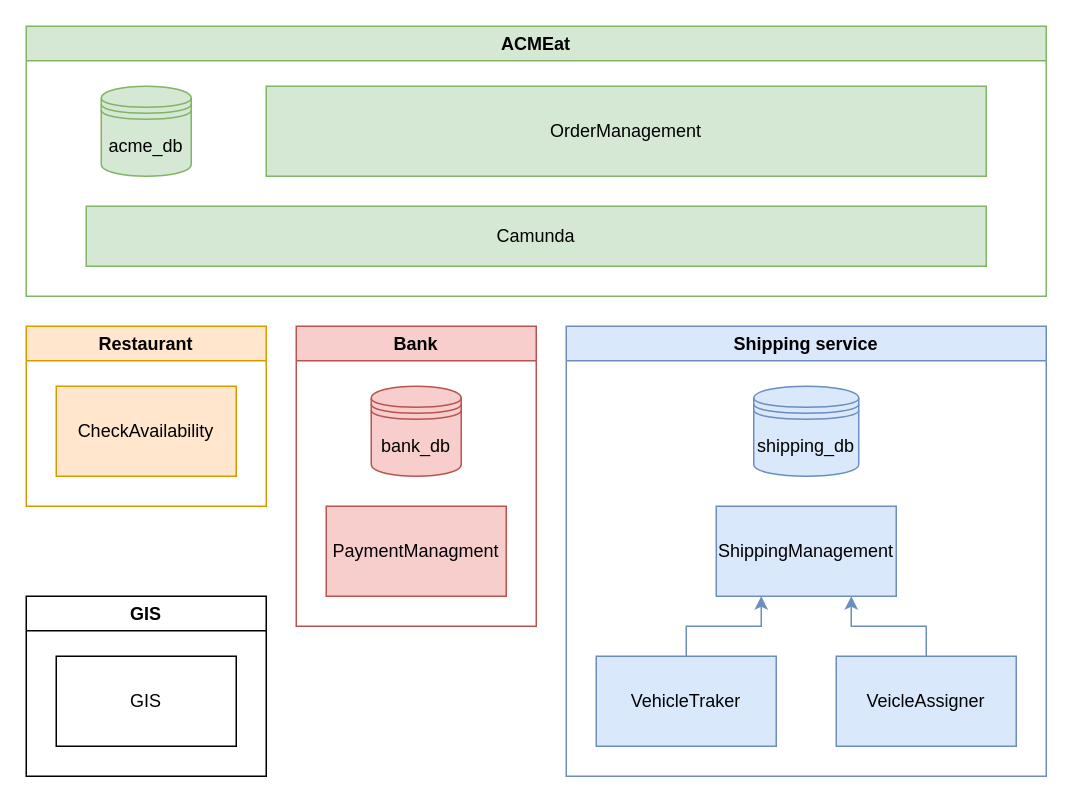
Earlier version of the draw.io diagram docs/acmeat-infrastructure.drawio (asm-project2425/ACMEat). Source tidied: cells renumbered, new cells numbered last; positions are measured from the earlier drawing's top-left corner, leaving out a move shared by most shapes. Both pictures are drawn from the tidied source at 150%, with x=0, y=0 at pixel (26, 26).
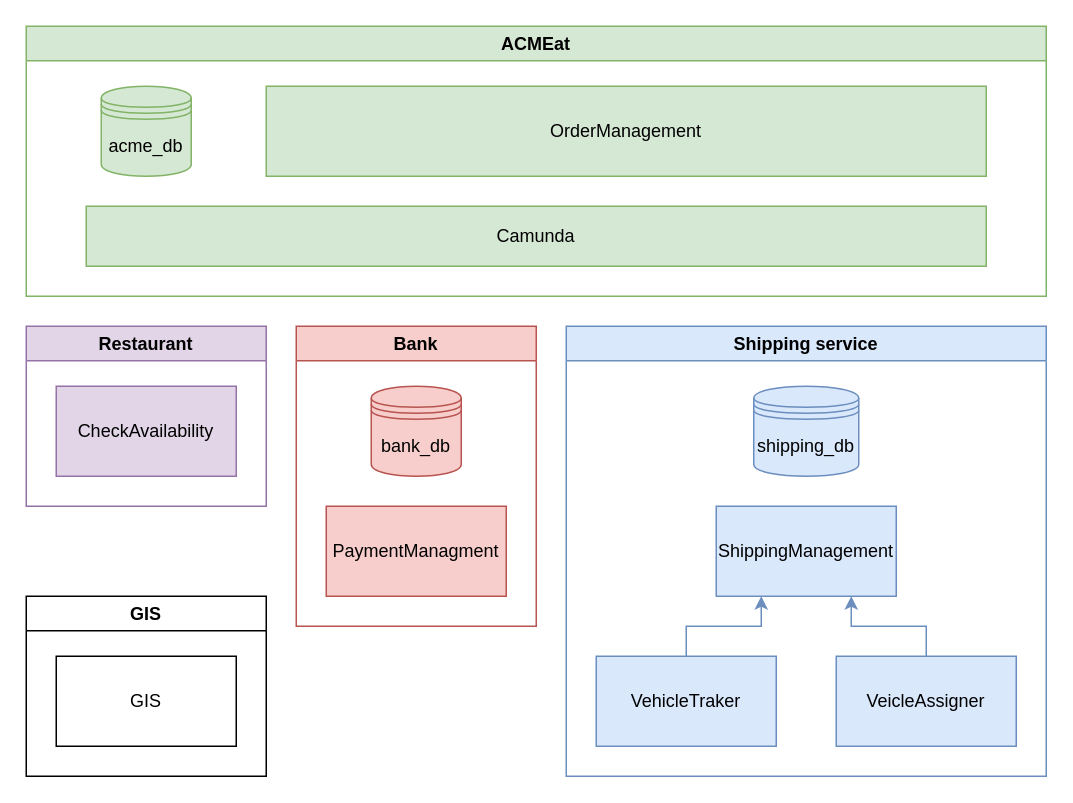
After the change.

Change to the diagram source:
```diff
@@
 <mxGraphModel>
   <root>
     <mxCell id="0" />
     <mxCell id="1" parent="0" />
     <mxCell id="2" value="ACMEat" style="swimlane;whiteSpace=wrap;html=1;fillColor=#d5e8d4;strokeColor=#82b366;" parent="1" vertex="1">
       <mxGeometry width="680" height="180" as="geometry" />
     </mxCell>
     <mxCell id="3" value="OrderManagement" style="rounded=0;whiteSpace=wrap;html=1;fillColor=#d5e8d4;strokeColor=#82b366;" parent="2" vertex="1">
       <mxGeometry x="160" y="40" width="480" height="60" as="geometry" />
     </mxCell>
     <mxCell id="4" value="acme_db" style="shape=datastore;whiteSpace=wrap;html=1;fillColor=#d5e8d4;strokeColor=#82b366;" parent="2" vertex="1">
       <mxGeometry x="50" y="40" width="60" height="60" as="geometry" />
     </mxCell>
     <mxCell id="5" value="Camunda" style="rounded=0;whiteSpace=wrap;html=1;fillColor=#d5e8d4;strokeColor=#82b366;" parent="2" vertex="1">
       <mxGeometry x="40" y="120" width="600" height="40" as="geometry" />
     </mxCell>
     <mxCell id="6" value="Bank" style="swimlane;whiteSpace=wrap;html=1;fillColor=#f8cecc;strokeColor=#b85450;" parent="1" vertex="1">
       <mxGeometry x="180" y="200" width="160" height="200" as="geometry" />
     </mxCell>
     <mxCell id="7" value="PaymentManagment" style="rounded=0;whiteSpace=wrap;html=1;fillColor=#f8cecc;strokeColor=#b85450;" parent="6" vertex="1">
       <mxGeometry x="20" y="120" width="120" height="60" as="geometry" />
     </mxCell>
     <mxCell id="8" value="bank_db" style="shape=datastore;whiteSpace=wrap;html=1;fillColor=#f8cecc;strokeColor=#b85450;" parent="6" vertex="1">
       <mxGeometry x="50" y="40" width="60" height="60" as="geometry" />
     </mxCell>
-    <mxCell id="9" value="Restaurant" style="swimlane;whiteSpace=wrap;html=1;startSize=23;fillColor=#ffe6cc;strokeColor=#d79b00;" parent="1" vertex="1">
+    <mxCell id="9" value="Restaurant" style="swimlane;whiteSpace=wrap;html=1;startSize=23;fillColor=#e1d5e7;strokeColor=#9673a6;" parent="1" vertex="1">
       <mxGeometry y="200" width="160" height="120" as="geometry" />
     </mxCell>
-    <mxCell id="10" value="CheckAvailability" style="rounded=0;whiteSpace=wrap;html=1;fillColor=#ffe6cc;strokeColor=#d79b00;" parent="9" vertex="1">
+    <mxCell id="10" value="CheckAvailability" style="rounded=0;whiteSpace=wrap;html=1;fillColor=#e1d5e7;strokeColor=#9673a6;" parent="9" vertex="1">
       <mxGeometry x="20" y="40" width="120" height="60" as="geometry" />
     </mxCell>
     <mxCell id="11" value="Shipping service" style="swimlane;whiteSpace=wrap;html=1;fillColor=#dae8fc;strokeColor=#6c8ebf;" parent="1" vertex="1">
       <mxGeometry x="360" y="200" width="320" height="300" as="geometry" />
     </mxCell>
     <mxCell id="12" style="edgeStyle=orthogonalEdgeStyle;rounded=0;jettySize=auto;html=1;entryX=0.25;entryY=1;entryDx=0;entryDy=0;fillColor=#dae8fc;strokeColor=#6c8ebf;" parent="11" edge="1" source="13" target="14">
       <mxGeometry relative="1" as="geometry" />
     </mxCell>
     <mxCell id="13" value="VehicleTraker" style="rounded=0;whiteSpace=wrap;html=1;fillColor=#dae8fc;strokeColor=#6c8ebf;" parent="11" vertex="1">
       <mxGeometry x="20" y="220" width="120" height="60" as="geometry" />
     </mxCell>
     <mxCell id="14" value="ShippingManagement" style="rounded=0;whiteSpace=wrap;html=1;fillColor=#dae8fc;strokeColor=#6c8ebf;" parent="11" vertex="1">
       <mxGeometry x="100" y="120" width="120" height="60" as="geometry" />
     </mxCell>
     <mxCell id="15" style="edgeStyle=orthogonalEdgeStyle;rounded=0;jettySize=auto;html=1;entryX=0.75;entryY=1;entryDx=0;entryDy=0;fillColor=#dae8fc;strokeColor=#6c8ebf;" parent="11" edge="1" source="16" target="14">
       <mxGeometry relative="1" as="geometry" />
     </mxCell>
     <mxCell id="16" value="VeicleAssigner" style="rounded=0;whiteSpace=wrap;html=1;fillColor=#dae8fc;strokeColor=#6c8ebf;" parent="11" vertex="1">
       <mxGeometry x="180" y="220" width="120" height="60" as="geometry" />
     </mxCell>
     <mxCell id="17" value="shipping_db" style="shape=datastore;whiteSpace=wrap;html=1;fillColor=#dae8fc;strokeColor=#6c8ebf;" parent="11" vertex="1">
       <mxGeometry x="125" y="40" width="70" height="60" as="geometry" />
     </mxCell>
     <mxCell id="18" value="GIS" style="swimlane;whiteSpace=wrap;html=1;" parent="1" vertex="1">
       <mxGeometry y="380" width="160" height="120" as="geometry" />
     </mxCell>
     <mxCell id="19" value="GIS" style="rounded=0;whiteSpace=wrap;html=1;" parent="18" vertex="1">
       <mxGeometry x="20" y="40" width="120" height="60" as="geometry" />
     </mxCell>
   </root>
 </mxGraphModel>
```
